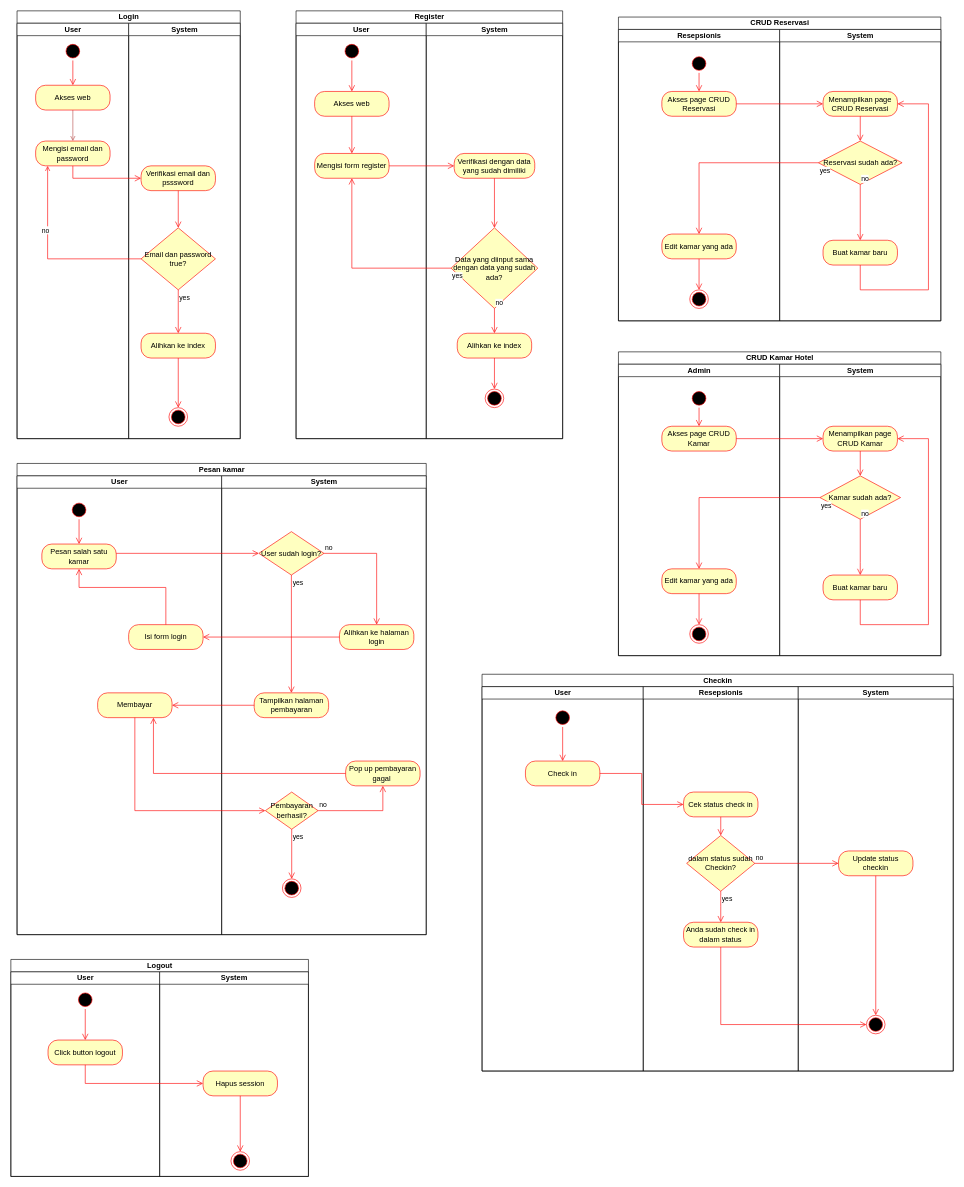
This is Activity diagram UKK.drawio from raskolnikov64/diagram-ukk, a draw.io file, before an edit. Source tidied: cells renumbered, new cells numbered last; positions are measured from the earlier drawing's top-left corner, leaving out a move shared by most shapes. Both pictures are drawn from the tidied source at 62%, with x=0, y=0 at pixel (11, 11).
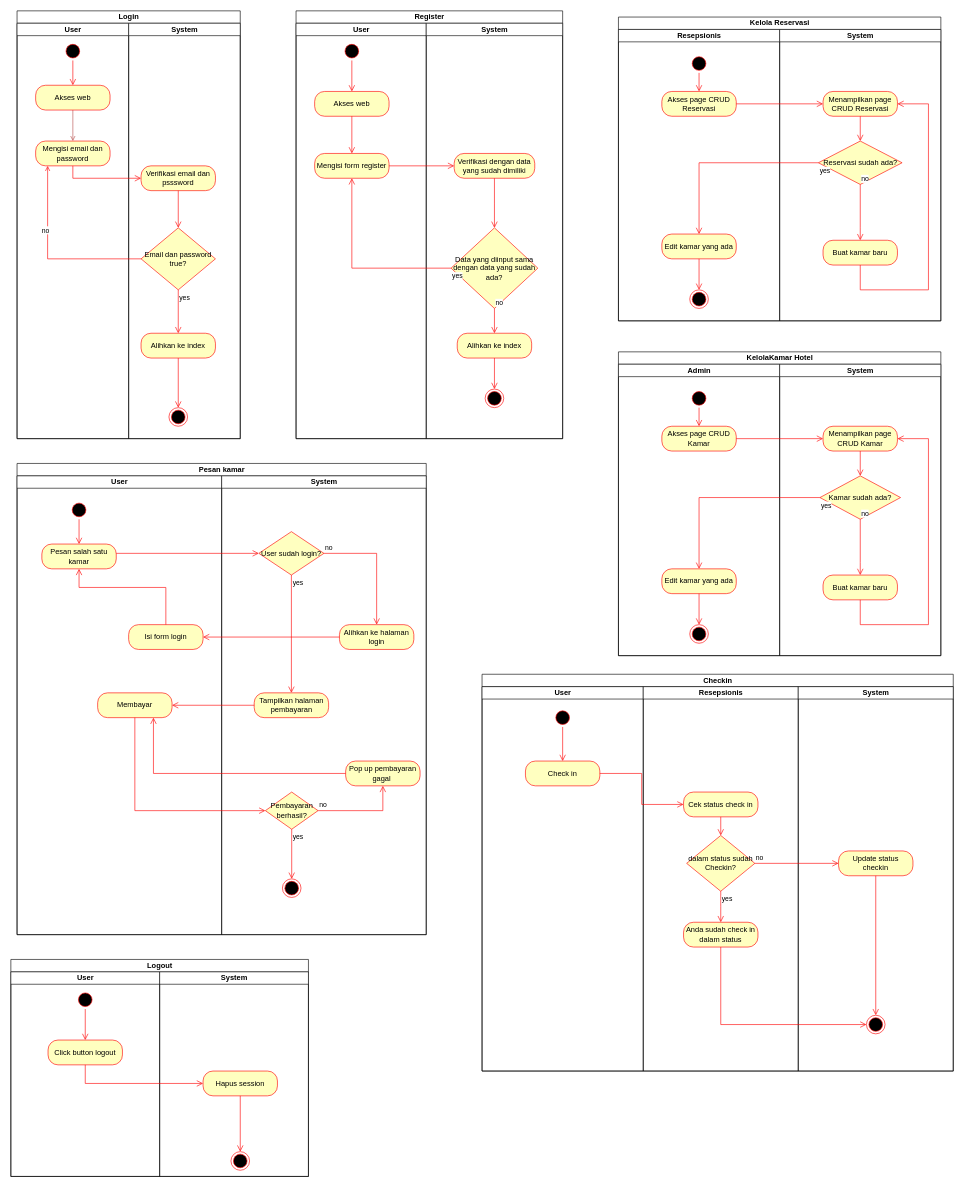
The same diagram, later.

Diff of the diagram source:
```diff
@@
-    <mxCell id="37" value="CRUD Kamar Hotel" style="swimlane;startSize=20;html=1;" parent="1" vertex="1">
+    <mxCell id="37" value="KelolaKamar Hotel" style="swimlane;startSize=20;html=1;" parent="1" vertex="1">
       <mxGeometry x="980" y="550" width="520" height="490" as="geometry" />
     </mxCell>
@@
-    <mxCell id="54" value="CRUD Reservasi" style="swimlane;startSize=20;html=1;" parent="1" vertex="1">
+    <mxCell id="54" value="Kelola Reservasi" style="swimlane;startSize=20;html=1;" parent="1" vertex="1">
       <mxGeometry x="980" y="10" width="520" height="490" as="geometry" />
     </mxCell>
```
